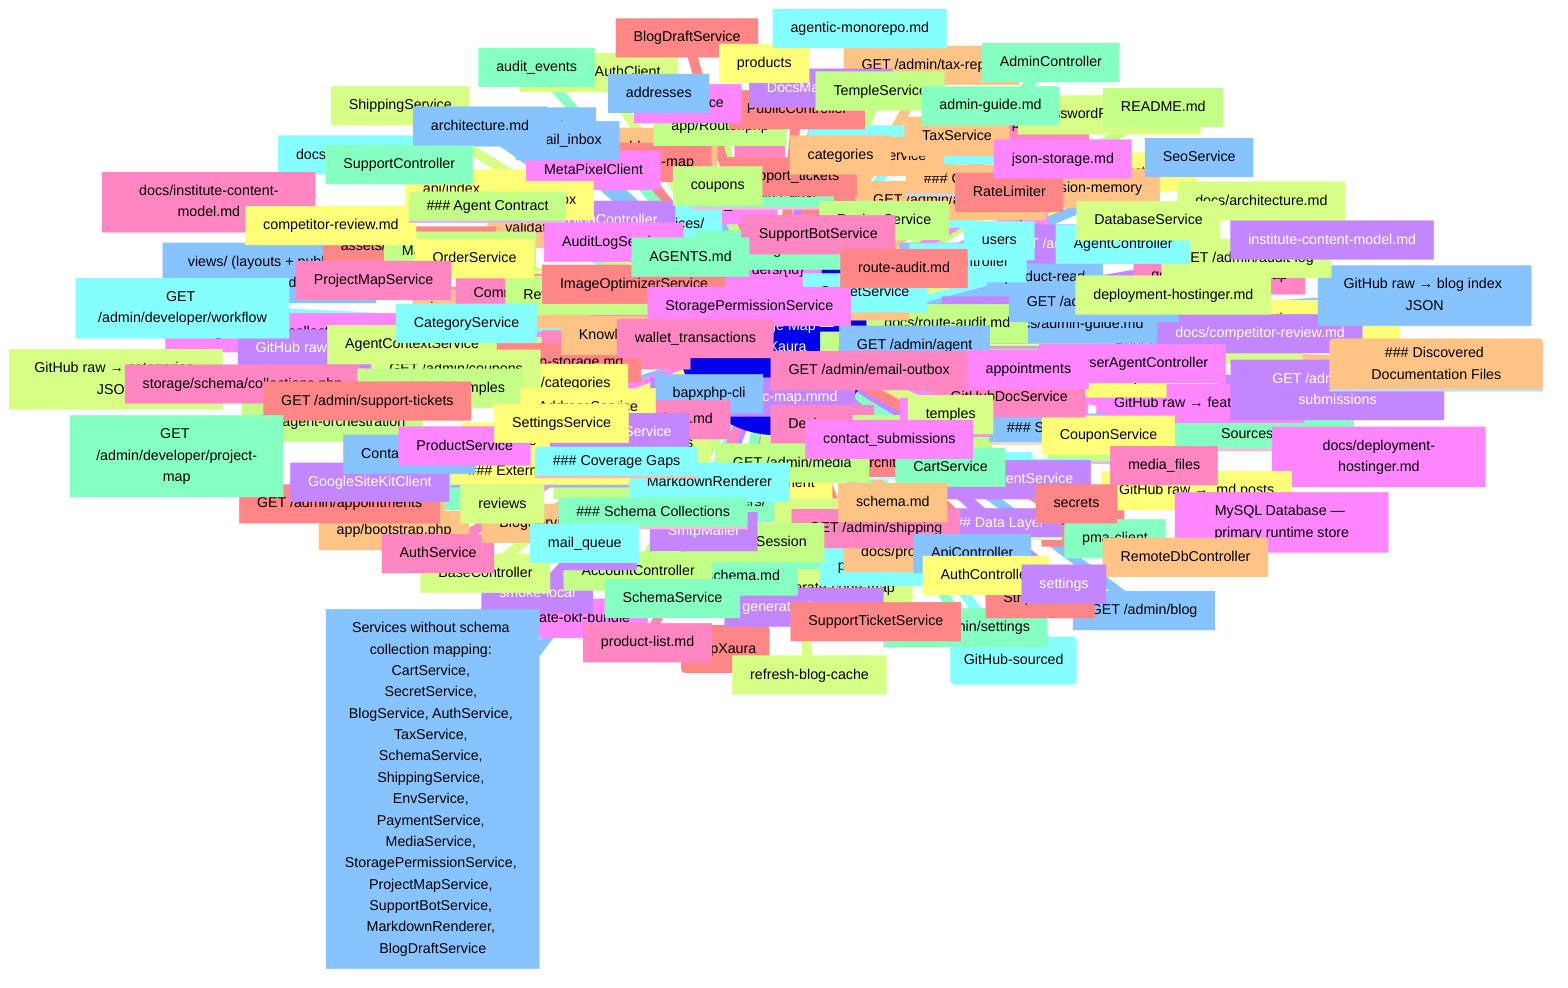
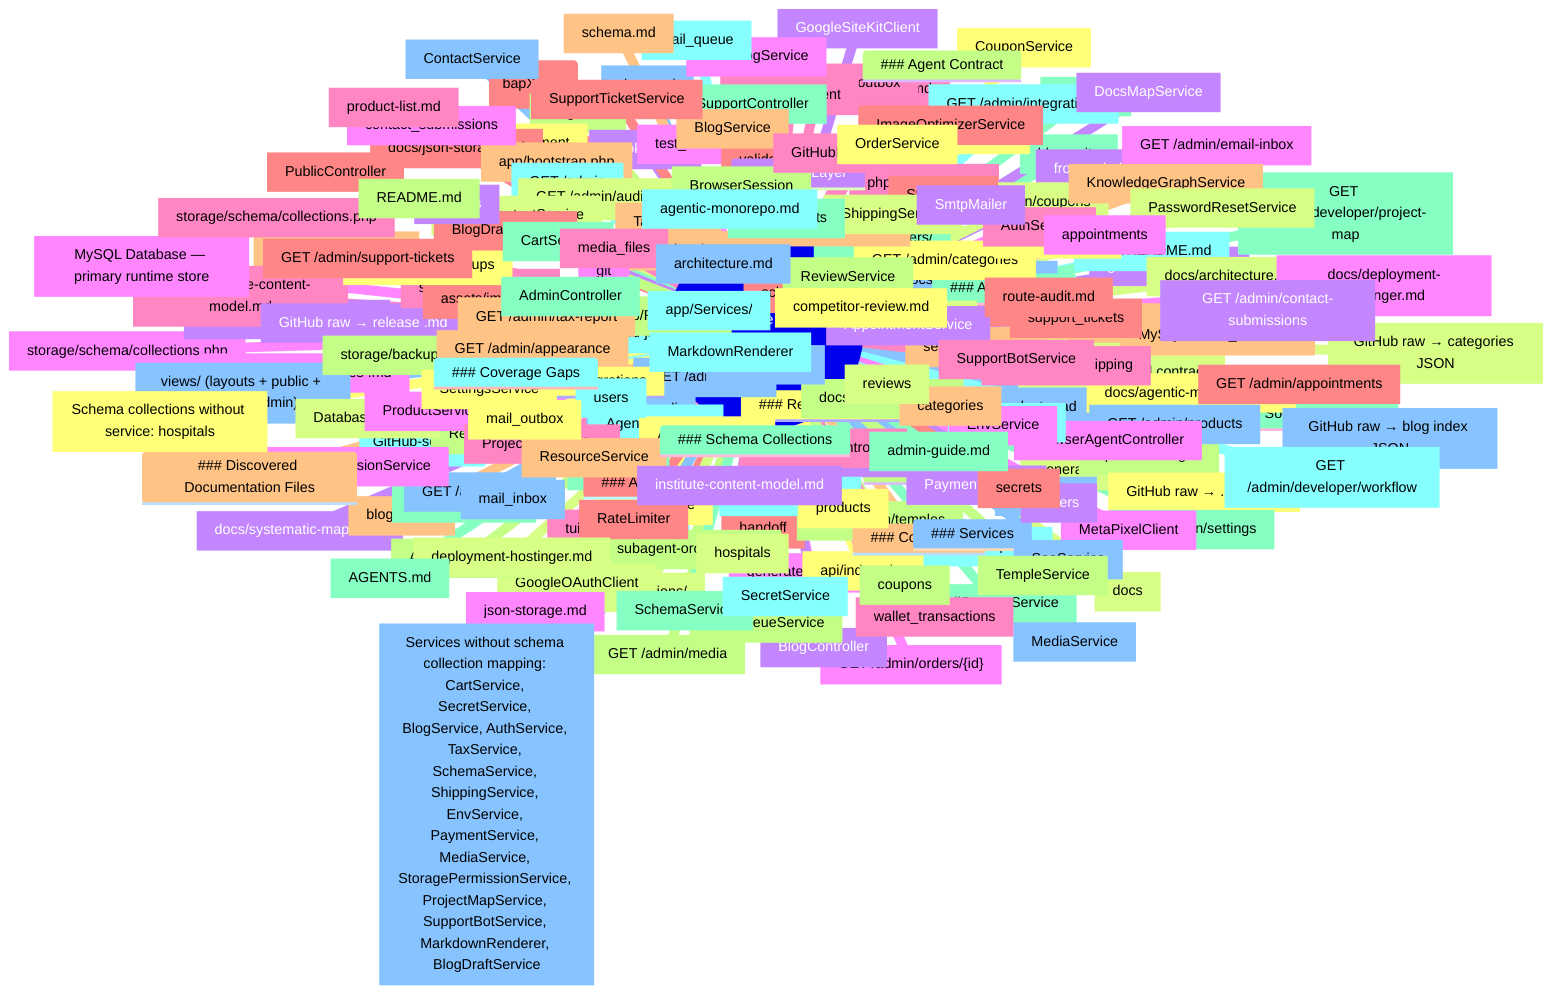
mindmap
  root(("Knowledge Map — bapXaura"))

    ### Repository Intelligence
    AGENTS_FILES["Root AGENTS.md contract"]
    SYSTEMATIC_MAP["docs/systematic-map.mmd"]
    COLLECTIONS_SCHEMA["storage/schema/collections.php"]
    DESIGN_SYSTEM["Design.md"]

    ### CLI (bapXaura)
    CLI_blog_image["blog-image"]
    CLI_blog_read["blog-read"]
    CLI_blog_write["blog-write"]
    CLI_browser_agent["browser-agent"]
    CLI_doc_read["doc-read"]
    CLI_doc_write["doc-write"]
    CLI_generate_code_map["generate-code-map"]
    CLI_generate_docs_map["generate-docs-map"]
    CLI_generate_okf_bundle["generate-okf-bundle"]
    CLI_generate_project_map["generate-project-map"]
    CLI_handoff["handoff"]
    CLI_import_product_images["import-product-images"]
    CLI_optimize_images["optimize-images"]
    CLI_pma_client["pma-client"]
    CLI_process_mail_queue["process-mail-queue"]
    CLI_product_read["product-read"]
    CLI_product_write["product-write"]
    CLI_refresh_blog_cache["refresh-blog-cache"]
    CLI_smoke_local["smoke-local"]
    CLI_test_race["test_race"]
    CLI_tui["tui"]
    CLI_validate_docs_map["validate-docs-map"]
    CLI_validate_project_map["validate-project-map"]

    ### Agent Skills
    SKILL_admin_ui["admin-ui"]
    SKILL_backend_json["backend-json"]
    SKILL_bapxphp_cli["bapxphp-cli"]
    SKILL_deployment["deployment"]
    SKILL_docs["docs"]
    SKILL_frontend_php["frontend-php"]
    SKILL_git["git"]
    SKILL_php_json_backend["php-json-backend"]
    SKILL_schema["schema"]
    SKILL_session_memory["session-memory"]
    SKILL_subagent_orchestration["subagent-orchestration"]

    ### Documentation Sources
    DOCS_readme_md["docs/README.md"]
    DOCS_admin_guide_md["docs/admin-guide.md"]
    DOCS_agentic_monorepo_md["docs/agentic-monorepo.md"]
    DOCS_architecture_md["docs/architecture.md"]
    DOCS_competitor_review_md["docs/competitor-review.md"]
    DOCS_deployment_hostinger_md["docs/deployment-hostinger.md"]
    DOCS_institute_content_model_md["docs/institute-content-model.md"]
    DOCS_json_storage_md["docs/json-storage.md"]
    DOCS_product_list_md["docs/product-list.md"]
    DOCS_route_audit_md["docs/route-audit.md"]
    DOCS_schema_md["docs/schema.md"]

    ### Blog & Content (GitHub-sourced)
    BLOG_INDEX["GitHub raw → blog index JSON"]
    BLOG_POSTS["GitHub raw → .md posts"]
    BLOG_CATEGORIES["GitHub raw → categories JSON"]
    RELEASE_NOTES["GitHub raw → release .md"]
    FEATURE_UPDATES["GitHub raw → features .md"]
    CACHE["storage/cache/*.md"]

    ### Application Architecture
    PHP_BOOTSTRAP["app/bootstrap.php"]
    PHP_ROUTER["app/Router.php"]
    PHP_CONTROLLERS["app/Controllers/"]
    PHP_SERVICES["app/Services/"]
    PHP_VIEWS["views/ (layouts + public + account + admin)"]
    PHP_API["api/index.php"]
    PHP_INTEGRATIONS["integrations/"]

    ### Data Layer
    MYSQL_TABLES["MySQL Database — primary runtime store"]
    SCHEMA_DEF["storage/schema/collections.php"]
    MEDIA_FILES["assets/images/media/"]
    MEDIA_INDEX["MySQL media_files table"]
    BACKUPS["storage/backups/"]

    ### Admin Panel
    ADMIN_admin["GET /admin"]
    ADMIN_admin_products["GET /admin/products"]
    ADMIN_admin_categories["GET /admin/categories"]
    ADMIN_admin_coupons["GET /admin/coupons"]
    ADMIN_admin_orders["GET /admin/orders"]
    ADMIN_admin_orders_id["GET /admin/orders/{id}"]
    ADMIN_admin_shipping["GET /admin/shipping"]
    ADMIN_admin_appointments["GET /admin/appointments"]
    ADMIN_admin_tax_report["GET /admin/tax-report"]
    ADMIN_admin_temples["GET /admin/temples"]
    ADMIN_admin_settings["GET /admin/settings"]
    ADMIN_admin_integrations["GET /admin/integrations"]
    ADMIN_admin_agent["GET /admin/agent"]
    ADMIN_admin_backups["GET /admin/backups"]
    ADMIN_admin_audit_log["GET /admin/audit-log"]
    ADMIN_admin_contact_submissions["GET /admin/contact-submissions"]
    ADMIN_admin_email_inbox["GET /admin/email-inbox"]
    ADMIN_admin_email_outbox["GET /admin/email-outbox"]
    ADMIN_admin_support_tickets["GET /admin/support-tickets"]
    ADMIN_admin_appearance["GET /admin/appearance"]
    ADMIN_admin_media["GET /admin/media"]
    ADMIN_admin_developer_project_map["GET /admin/developer/project-map"]
    ADMIN_admin_developer_workflow["GET /admin/developer/workflow"]
    ADMIN_admin_blog["GET /admin/blog"]

    ### External Integrations
    INTEG_googleoauthclient["GoogleOAuthClient"]
    INTEG_googlesitekitclient["GoogleSiteKitClient"]
    INTEG_metapixelclient["MetaPixelClient"]
    INTEG_razorpayclient["RazorpayClient"]
    INTEG_stripeclient["StripeClient"]

    ### Controllers
    CTRL_accountcontroller["AccountController"]
    CTRL_admincontroller["AdminController"]
    CTRL_agentcontroller["AgentController"]
    CTRL_apicontroller["ApiController"]
    CTRL_authcontroller["AuthController"]
    CTRL_basecontroller["BaseController"]
    CTRL_blogcontroller["BlogController"]
    CTRL_browseragentcontroller["BrowserAgentController"]
    CTRL_commercecontroller["CommerceController"]
    CTRL_publiccontroller["PublicController"]
    CTRL_remotedbcontroller["RemoteDbController"]
    CTRL_reviewcontroller["ReviewController"]
    CTRL_supportcontroller["SupportController"]
    CTRL_ttscontroller["TtsController"]

    ### Services
    SVC_addressservice["AddressService"]
    SVC_agentcontextservice["AgentContextService"]
    SVC_appointmentservice["AppointmentService"]
    SVC_auditlogservice["AuditLogService"]
    SVC_authservice["AuthService"]
    SVC_blogdraftservice["BlogDraftService"]
    SVC_blogservice["BlogService"]
    SVC_browsersession["BrowserSession"]
    SVC_cartservice["CartService"]
    SVC_categoryservice["CategoryService"]
    SVC_contactservice["ContactService"]
    SVC_couponservice["CouponService"]
    SVC_databaseservice["DatabaseService"]
    SVC_docsmapservice["DocsMapService"]
    SVC_envservice["EnvService"]
    SVC_githubdocservice["GitHubDocService"]
    SVC_imageoptimizerservice["ImageOptimizerService"]
    SVC_knowledgegraphservice["KnowledgeGraphService"]
    SVC_mailqueueservice["MailQueueService"]
    SVC_mailstorageservice["MailStorageService"]
    SVC_markdownrenderer["MarkdownRenderer"]
    SVC_mediaservice["MediaService"]
    SVC_orderservice["OrderService"]
    SVC_passwordresetservice["PasswordResetService"]
    SVC_paymentservice["PaymentService"]
    SVC_productservice["ProductService"]
    SVC_projectmapservice["ProjectMapService"]
    SVC_ratelimiter["RateLimiter"]
    SVC_resourceservice["ResourceService"]
    SVC_reviewservice["ReviewService"]
    SVC_schemaservice["SchemaService"]
    SVC_secretservice["SecretService"]
    SVC_seoservice["SeoService"]
    SVC_settingsservice["SettingsService"]
    SVC_shippingservice["ShippingService"]
    SVC_smtpmailer["SmtpMailer"]
    SVC_storagepermissionservice["StoragePermissionService"]
    SVC_supportbotservice["SupportBotService"]
    SVC_supportticketservice["SupportTicketService"]
    SVC_taxservice["TaxService"]
    SVC_templeservice["TempleService"]

    ### Schema Collections
    COL_users["users"]
    COL_addresses["addresses"]
    COL_products["products"]
-     COL_temples["temples"]
+     COL_hospitals["hospitals"]
    COL_orders["orders"]
    COL_appointments["appointments"]
    COL_wallet_transactions["wallet_transactions"]
    COL_support_tickets["support_tickets"]
    COL_categories["categories"]
    COL_coupons["coupons"]
    COL_audit_events["audit_events"]
    COL_mail_queue["mail_queue"]
    COL_mail_inbox["mail_inbox"]
    COL_mail_outbox["mail_outbox"]
    COL_reviews["reviews"]
    COL_settings["settings"]
    COL_contact_submissions["contact_submissions"]
    COL_media_files["media_files"]
    COL_secrets["secrets"]


    ### Discovered Documentation Files
    DOCFILE_readme_md["README.md"]
    DOCFILE_admin_guide_md["admin-guide.md"]
    DOCFILE_agentic_monorepo_md["agentic-monorepo.md"]
    DOCFILE_architecture_md["architecture.md"]
    DOCFILE_competitor_review_md["competitor-review.md"]
    DOCFILE_deployment_hostinger_md["deployment-hostinger.md"]
    DOCFILE_institute_content_model_md["institute-content-model.md"]
    DOCFILE_json_storage_md["json-storage.md"]
    DOCFILE_product_list_md["product-list.md"]
    DOCFILE_route_audit_md["route-audit.md"]
    DOCFILE_schema_md["schema.md"]

    ### Agent Contract
    AGENTFILE_agents_md["AGENTS.md"]

    ### Coverage Gaps
    GAP_services_without_schema_collection_mapping_carts["Services without schema collection mapping: CartService, SecretService, BlogService, AuthService, TaxService, SchemaService, ShippingService, EnvService, PaymentService, MediaService, StoragePermissionService, ProjectMapService, SupportBotService, MarkdownRenderer, BlogDraftService"]
+     GAP_schema_collections_without_service_hospitals["Schema collections without service: hospitals"]
